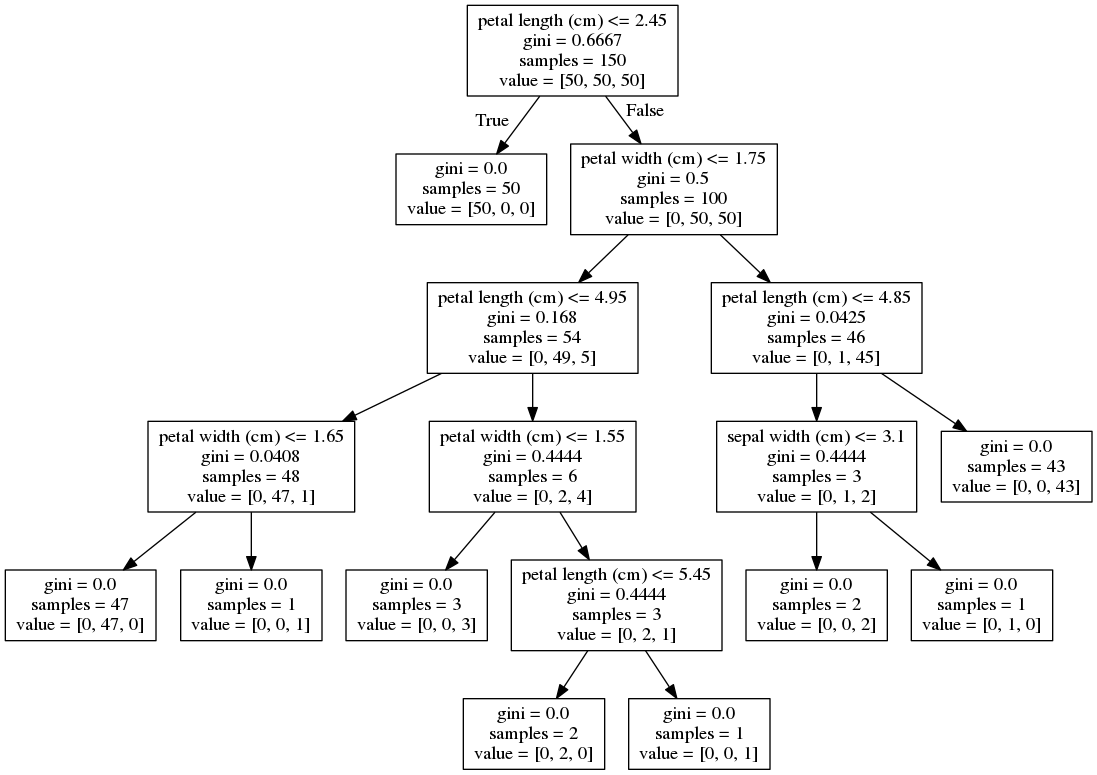
The Graphviz diagram decision-tree/tree.png in tangsttw/python-machine-learning-practice, before a commit. Its source is kept beside it as decision-tree/tree.dot.
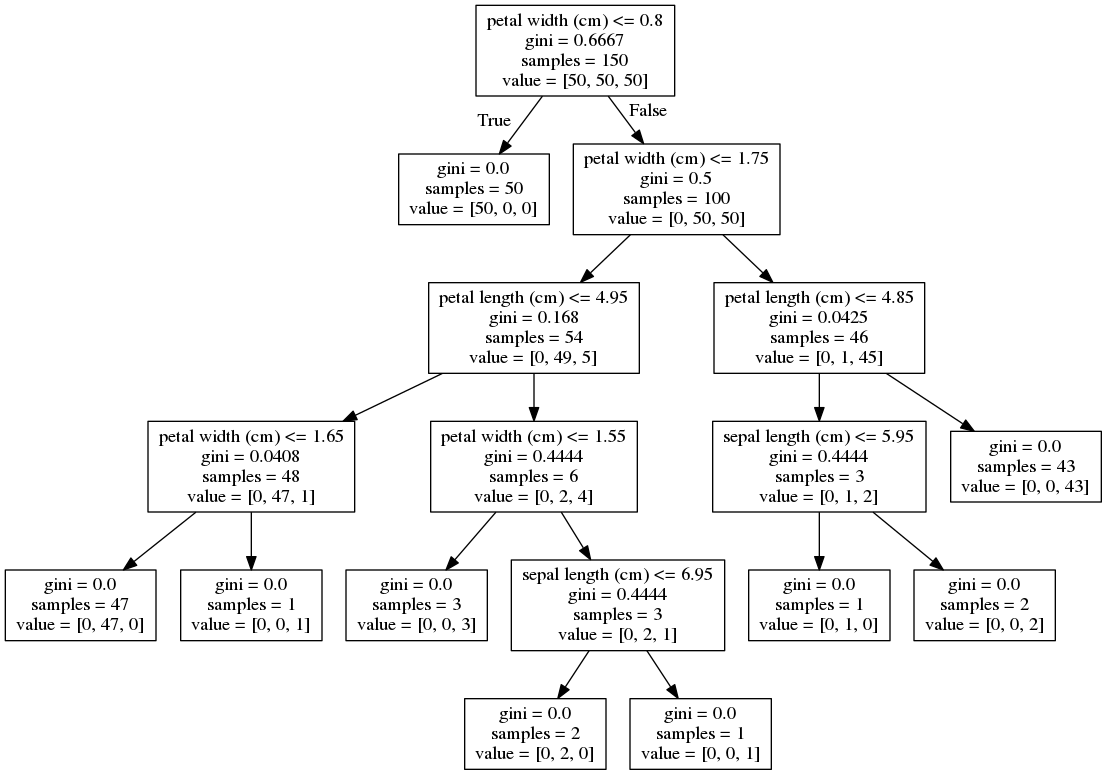
Above is the later version.

What changed in the source:
```diff
@@ -1,6 +1,6 @@
 digraph Tree {
 node [shape=box] ;
-0 [label="petal length (cm) <= 2.45\ngini = 0.6667\nsamples = 150\nvalue = [50, 50, 50]"] ;
+0 [label="petal width (cm) <= 0.8\ngini = 0.6667\nsamples = 150\nvalue = [50, 50, 50]"] ;
 1 [label="gini = 0.0\nsamples = 50\nvalue = [50, 0, 0]"] ;
 0 -> 1 [labeldistance=2.5, labelangle=45, headlabel="True"] ;
 2 [label="petal width (cm) <= 1.75\ngini = 0.5\nsamples = 100\nvalue = [0, 50, 50]"] ;
@@ -17,7 +17,7 @@
 3 -> 7 ;
 8 [label="gini = 0.0\nsamples = 3\nvalue = [0, 0, 3]"] ;
 7 -> 8 ;
-9 [label="petal length (cm) <= 5.45\ngini = 0.4444\nsamples = 3\nvalue = [0, 2, 1]"] ;
+9 [label="sepal length (cm) <= 6.95\ngini = 0.4444\nsamples = 3\nvalue = [0, 2, 1]"] ;
 7 -> 9 ;
 10 [label="gini = 0.0\nsamples = 2\nvalue = [0, 2, 0]"] ;
 9 -> 10 ;
@@ -25,11 +25,11 @@
 9 -> 11 ;
 12 [label="petal length (cm) <= 4.85\ngini = 0.0425\nsamples = 46\nvalue = [0, 1, 45]"] ;
 2 -> 12 ;
-13 [label="sepal width (cm) <= 3.1\ngini = 0.4444\nsamples = 3\nvalue = [0, 1, 2]"] ;
+13 [label="sepal length (cm) <= 5.95\ngini = 0.4444\nsamples = 3\nvalue = [0, 1, 2]"] ;
 12 -> 13 ;
-14 [label="gini = 0.0\nsamples = 2\nvalue = [0, 0, 2]"] ;
+14 [label="gini = 0.0\nsamples = 1\nvalue = [0, 1, 0]"] ;
 13 -> 14 ;
-15 [label="gini = 0.0\nsamples = 1\nvalue = [0, 1, 0]"] ;
+15 [label="gini = 0.0\nsamples = 2\nvalue = [0, 0, 2]"] ;
 13 -> 15 ;
 16 [label="gini = 0.0\nsamples = 43\nvalue = [0, 0, 43]"] ;
 12 -> 16 ;
```
